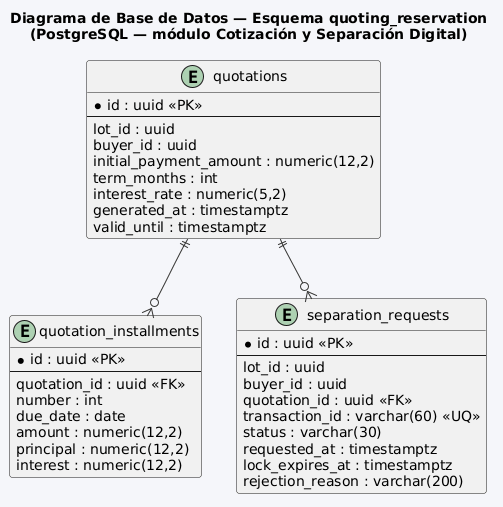
This is assets/cap2/DB-Cotizacion-y-Separacion-Digital.png from 1ACC0238-2620-13981-NovaCorp-InmoNode/InmoNode-Project-Report, a PlantUML export, as it was before one commit.
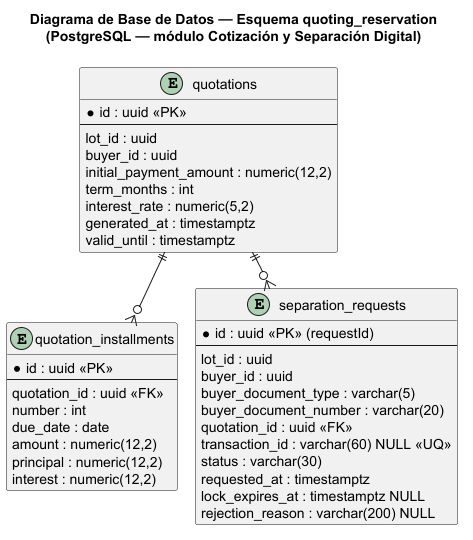
Above is the later version.

Commit message:
fix(chapter-02): sync PlantUML diagrams with voucher, buyer identity and financing terms changes

Change to the diagram source:
```diff
@@ -1,17 +1,6 @@
 @startuml
+!pragma layout smetana
 title Diagrama de Base de Datos — Esquema quoting_reservation\n(PostgreSQL — módulo Cotización y Separación Digital)
-
-skinparam backgroundColor #F5F6FA
-skinparam shadowing false
-skinparam roundcorner 6
-skinparam defaultFontName Segoe UI
-skinparam entity {
-  BackgroundColor White
-  BorderColor #2F5D8A
-  FontColor #1a1a1a
-  FontSize 13
-}
-skinparam ArrowColor #333333
 
 entity "quotations" as quotations {
   * id : uuid <<PK>>
@@ -25,7 +14,7 @@
   valid_until : timestamptz
 }
 
-entity "quotation_installments" as installments {
+entity "quotation_installments" as quotation_installments {
   * id : uuid <<PK>>
   --
   quotation_id : uuid <<FK>>
@@ -36,19 +25,22 @@
   interest : numeric(12,2)
 }
 
-entity "separation_requests" as separation {
-  * id : uuid <<PK>>
+entity "separation_requests" as separation_requests {
+  * id : uuid <<PK>> (requestId)
   --
   lot_id : uuid
   buyer_id : uuid
+  buyer_document_type : varchar(5)
+  buyer_document_number : varchar(20)
   quotation_id : uuid <<FK>>
-  transaction_id : varchar(60) <<UQ>>
+  transaction_id : varchar(60) NULL <<UQ>>
   status : varchar(30)
   requested_at : timestamptz
-  lock_expires_at : timestamptz
-  rejection_reason : varchar(200)
+  lock_expires_at : timestamptz NULL
+  rejection_reason : varchar(200) NULL
 }
 
-quotations ||--o{ installments
-quotations ||--o{ separation
+quotations ||--o{ quotation_installments
+quotations ||--o{ separation_requests
+
 @enduml
```
